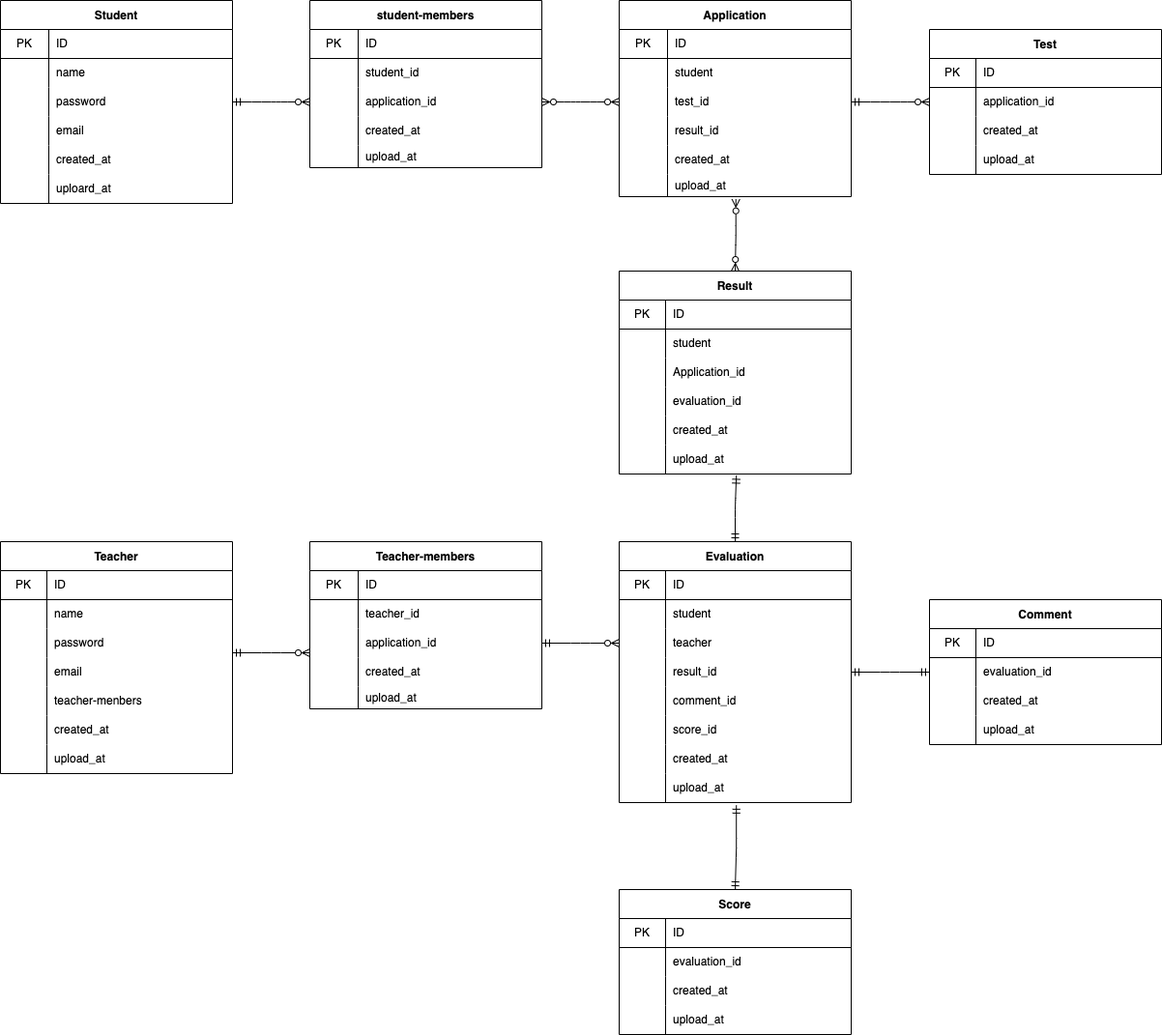
Before: index.drawio.png, a diagram exported from draw.io (nishimura87/20220731nishimura). Source tidied: cells renumbered, new cells last; positions are measured from the earlier drawing's top-left corner, leaving out a move shared by most shapes.
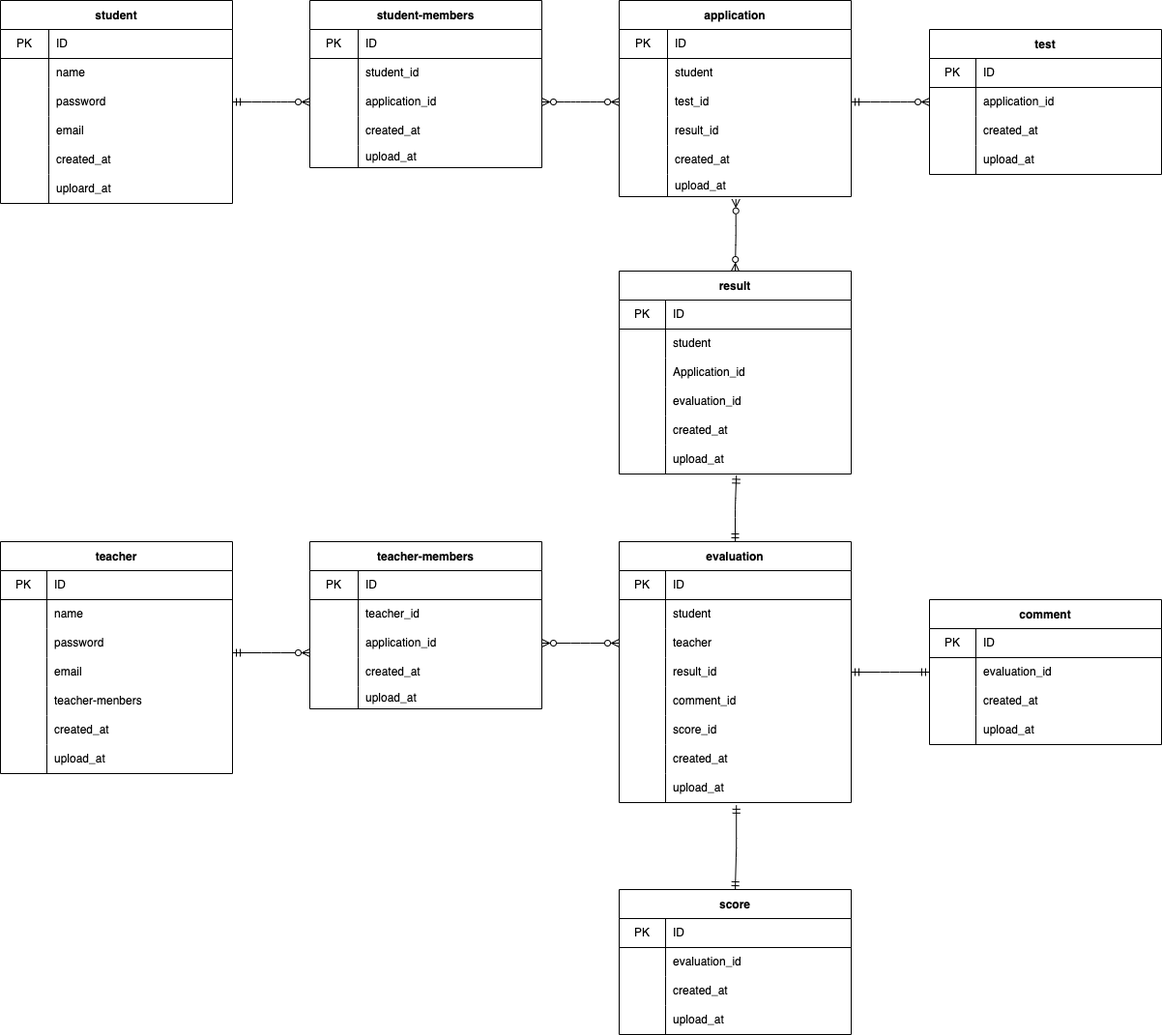
After the change.

Commit message:
エンティティの最初を小文字、teacher-menbersno

The edit, as a diff of the source:
```diff
@@ -2,7 +2,7 @@
   <root>
     <mxCell id="0" />
     <mxCell id="1" parent="0" />
-    <mxCell id="2" value="Student" style="shape=table;startSize=30;rowLines=0;fontStyle=1;align=center;" parent="1" vertex="1">
+    <mxCell id="2" value="student" style="shape=table;startSize=30;rowLines=0;fontStyle=1;align=center;" parent="1" vertex="1">
       <mxGeometry width="240" height="210" as="geometry" />
     </mxCell>
     <mxCell id="3" style="shape=partialRectangle;html=1;whiteSpace=wrap;fillColor=none;top=0;left=0;bottom=1;right=0;" parent="2" vertex="1">
@@ -59,7 +59,7 @@
     <mxCell id="20" value="uploard_at" style="shape=partialRectangle;html=1;whiteSpace=wrap;fillColor=none;top=0;left=0;bottom=0;right=0;align=left;spacingLeft=6;overflow=hidden;" parent="18" vertex="1">
       <mxGeometry x="50" width="190" height="30" as="geometry" />
     </mxCell>
-    <mxCell id="21" value="Application" style="shape=table;startSize=30;rowLines=0;fontStyle=1;align=center;" parent="1" vertex="1">
+    <mxCell id="21" value="application" style="shape=table;startSize=30;rowLines=0;fontStyle=1;align=center;" parent="1" vertex="1">
       <mxGeometry x="640" width="240" height="203" as="geometry" />
     </mxCell>
     <mxCell id="22" style="shape=partialRectangle;html=1;whiteSpace=wrap;fillColor=none;top=0;left=0;bottom=1;right=0;" parent="21" vertex="1">
@@ -116,7 +116,7 @@
     <mxCell id="39" value="upload_at" style="shape=partialRectangle;html=1;whiteSpace=wrap;fillColor=none;top=0;left=0;bottom=0;right=0;align=left;spacingLeft=6;overflow=hidden;" parent="37" vertex="1">
       <mxGeometry x="50" width="190" height="23" as="geometry" />
     </mxCell>
-    <mxCell id="40" value="Test" style="shape=table;startSize=30;rowLines=0;fontStyle=1;align=center;" parent="1" vertex="1">
+    <mxCell id="40" value="test" style="shape=table;startSize=30;rowLines=0;fontStyle=1;align=center;" parent="1" vertex="1">
       <mxGeometry x="961" y="30" width="240" height="150" as="geometry" />
     </mxCell>
     <mxCell id="41" style="shape=partialRectangle;html=1;whiteSpace=wrap;fillColor=none;top=0;left=0;bottom=1;right=0;" parent="40" vertex="1">
@@ -155,7 +155,7 @@
     <mxCell id="52" value="upload_at" style="shape=partialRectangle;html=1;whiteSpace=wrap;fillColor=none;top=0;left=0;bottom=0;right=0;align=left;spacingLeft=6;overflow=hidden;" parent="50" vertex="1">
       <mxGeometry x="48" width="192" height="30" as="geometry" />
     </mxCell>
-    <mxCell id="53" value="Teacher" style="shape=table;startSize=30;rowLines=0;fontStyle=1;align=center;" parent="1" vertex="1">
+    <mxCell id="53" value="teacher" style="shape=table;startSize=30;rowLines=0;fontStyle=1;align=center;" parent="1" vertex="1">
       <mxGeometry y="560" width="240" height="240" as="geometry" />
     </mxCell>
     <mxCell id="54" style="shape=partialRectangle;html=1;whiteSpace=wrap;fillColor=none;top=0;left=0;bottom=1;right=0;" parent="53" vertex="1">
@@ -230,7 +230,7 @@
     <mxCell id="77" style="edgeStyle=elbowEdgeStyle;html=1;startArrow=ERzeroToMany;startFill=0;endArrow=ERzeroToMany;endFill=0;exitX=0.503;exitY=1.118;exitDx=0;exitDy=0;exitPerimeter=0;entryX=0.5;entryY=0;entryDx=0;entryDy=0;elbow=vertical;" parent="1" edge="1" source="37" target="148">
       <mxGeometry relative="1" as="geometry" />
     </mxCell>
-    <mxCell id="78" value="Evaluation" style="shape=table;startSize=30;rowLines=0;fontStyle=1;align=center;" parent="1" vertex="1">
+    <mxCell id="78" value="evaluation" style="shape=table;startSize=30;rowLines=0;fontStyle=1;align=center;" parent="1" vertex="1">
       <mxGeometry x="640" y="560" width="240" height="270" as="geometry" />
     </mxCell>
     <mxCell id="79" style="shape=partialRectangle;html=1;whiteSpace=wrap;fillColor=none;top=0;left=0;bottom=1;right=0;" parent="78" vertex="1">
@@ -305,7 +305,7 @@
     <mxCell id="102" value="upload_at" style="shape=partialRectangle;html=1;whiteSpace=wrap;fillColor=none;top=0;left=0;bottom=0;right=0;align=left;spacingLeft=6;overflow=hidden;" parent="100" vertex="1">
       <mxGeometry x="48" width="192" height="30" as="geometry" />
     </mxCell>
-    <mxCell id="103" value="Score" style="shape=table;startSize=30;rowLines=0;fontStyle=1;align=center;" parent="1" vertex="1">
+    <mxCell id="103" value="score" style="shape=table;startSize=30;rowLines=0;fontStyle=1;align=center;" parent="1" vertex="1">
       <mxGeometry x="640" y="920" width="240" height="150" as="geometry" />
     </mxCell>
     <mxCell id="104" style="shape=partialRectangle;html=1;whiteSpace=wrap;fillColor=none;top=0;left=0;bottom=1;right=0;" parent="103" vertex="1">
@@ -344,7 +344,7 @@
     <mxCell id="115" value="upload_at" style="shape=partialRectangle;html=1;whiteSpace=wrap;fillColor=none;top=0;left=0;bottom=0;right=0;align=left;spacingLeft=6;overflow=hidden;" parent="113" vertex="1">
       <mxGeometry x="48" width="192" height="30" as="geometry" />
     </mxCell>
-    <mxCell id="116" value="Comment" style="shape=table;startSize=30;rowLines=0;fontStyle=1;align=center;" parent="1" vertex="1">
+    <mxCell id="116" value="comment" style="shape=table;startSize=30;rowLines=0;fontStyle=1;align=center;" parent="1" vertex="1">
       <mxGeometry x="961" y="620" width="240" height="150" as="geometry" />
     </mxCell>
     <mxCell id="117" style="shape=partialRectangle;html=1;whiteSpace=wrap;fillColor=none;top=0;left=0;bottom=1;right=0;" parent="116" vertex="1">
@@ -440,7 +440,7 @@
     <mxCell id="147" style="endArrow=ERzeroToMany;html=1;exitX=0;exitY=0.5;exitDx=0;exitDy=0;entryX=1;entryY=0.5;entryDx=0;entryDy=0;edgeStyle=entityRelationEdgeStyle;endFill=0;startArrow=ERzeroToMany;startFill=0;" parent="1" edge="1" source="28" target="138">
       <mxGeometry relative="1" as="geometry" />
     </mxCell>
-    <mxCell id="148" value="Result" style="shape=table;startSize=30;rowLines=0;fontStyle=1;align=center;" parent="1" vertex="1">
+    <mxCell id="148" value="result" style="shape=table;startSize=30;rowLines=0;fontStyle=1;align=center;" parent="1" vertex="1">
       <mxGeometry x="640" y="280" width="240" height="210" as="geometry" />
     </mxCell>
     <mxCell id="149" style="shape=partialRectangle;html=1;whiteSpace=wrap;fillColor=none;top=0;left=0;bottom=1;right=0;" parent="148" vertex="1">
@@ -497,7 +497,7 @@
     <mxCell id="166" value="upload_at" style="shape=partialRectangle;html=1;whiteSpace=wrap;fillColor=none;top=0;left=0;bottom=0;right=0;align=left;spacingLeft=6;overflow=hidden;" parent="164" vertex="1">
       <mxGeometry x="48" width="192" height="30" as="geometry" />
     </mxCell>
-    <mxCell id="167" value="Teacher-members" style="shape=table;startSize=30;rowLines=0;fontStyle=1;align=center;" parent="1" vertex="1">
+    <mxCell id="167" value="teacher-members" style="shape=table;startSize=30;rowLines=0;fontStyle=1;align=center;" parent="1" vertex="1">
       <mxGeometry x="320" y="560" width="240" height="173" as="geometry" />
     </mxCell>
     <mxCell id="168" style="shape=partialRectangle;html=1;whiteSpace=wrap;fillColor=none;top=0;left=0;bottom=1;right=0;" parent="167" vertex="1">
@@ -554,7 +554,7 @@
     <mxCell id="184" style="edgeStyle=elbowEdgeStyle;html=1;startArrow=ERmandOne;startFill=0;endArrow=ERmandOne;endFill=0;entryX=0.505;entryY=1.048;entryDx=0;entryDy=0;exitX=0.5;exitY=0;exitDx=0;exitDy=0;entryPerimeter=0;elbow=vertical;" parent="1" edge="1" source="78" target="164">
       <mxGeometry relative="1" as="geometry" />
     </mxCell>
-    <mxCell id="185" style="edgeStyle=elbowEdgeStyle;html=1;startArrow=ERmandOne;startFill=0;endArrow=ERzeroToMany;endFill=0;exitX=1;exitY=0.5;exitDx=0;exitDy=0;entryX=0;entryY=0.5;entryDx=0;entryDy=0;" parent="1" edge="1" source="174" target="85">
+    <mxCell id="185" style="edgeStyle=elbowEdgeStyle;html=1;startArrow=ERzeroToMany;startFill=0;endArrow=ERzeroToMany;endFill=0;exitX=1;exitY=0.5;exitDx=0;exitDy=0;entryX=0;entryY=0.5;entryDx=0;entryDy=0;" parent="1" edge="1" source="174" target="85">
       <mxGeometry relative="1" as="geometry" />
     </mxCell>
   </root>
```
